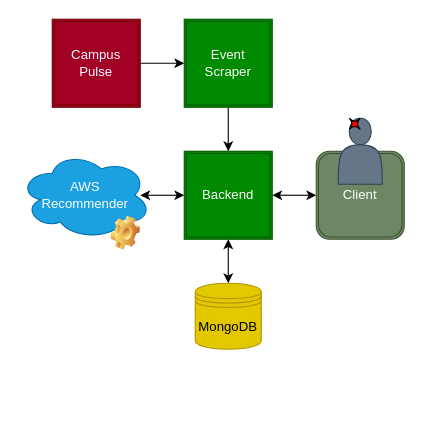
Earlier version of the draw.io diagram app-diagram.drawio (lhnealreilly/campus-events). Source tidied: cells renumbered, new cells numbered last; positions are measured from the earlier drawing's top-left corner, leaving out a move shared by most shapes. Both pictures are drawn from the tidied source at 110%, with x=0, y=0 at pixel (19, 19).
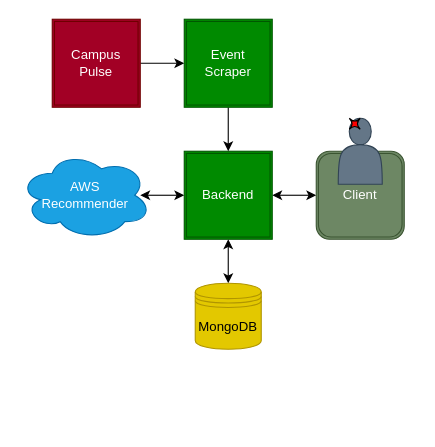
The same page after the edit.

Commit message (it also covers changes not shown here):
Added Epic Project Diagrams and Images

The edit, as a diff of the source:
```diff
@@
 <mxGraphModel>
   <root>
     <mxCell id="0" />
     <mxCell id="1" parent="0" />
     <mxCell id="2" style="edgeStyle=none;html=1;entryX=0;entryY=0.5;entryDx=0;entryDy=0;startArrow=classic;startFill=1;" parent="1" edge="1" target="7">
       <mxGeometry relative="1" as="geometry">
         <mxPoint x="110" y="160" as="sourcePoint" />
       </mxGeometry>
     </mxCell>
     <mxCell id="3" style="edgeStyle=none;html=1;exitX=1;exitY=0.5;exitDx=0;exitDy=0;entryX=0;entryY=0.5;entryDx=0;entryDy=0;" parent="1" edge="1" source="4" target="10">
       <mxGeometry relative="1" as="geometry" />
     </mxCell>
     <mxCell id="4" value="Campus Pulse" style="shape=ext;double=1;whiteSpace=wrap;html=1;fillColor=#a20025;fontColor=#ffffff;strokeColor=#6F0000;sketch=0;glass=0;" parent="1" vertex="1">
       <mxGeometry x="30" width="80" height="80" as="geometry" />
     </mxCell>
     <mxCell id="5" style="edgeStyle=none;html=1;entryX=0;entryY=0.5;entryDx=0;entryDy=0;startArrow=classic;startFill=1;" parent="1" edge="1" source="7" target="8">
       <mxGeometry relative="1" as="geometry" />
     </mxCell>
     <mxCell id="6" style="edgeStyle=none;html=1;exitX=0.5;exitY=1;exitDx=0;exitDy=0;entryX=0.5;entryY=0;entryDx=0;entryDy=0;startArrow=classic;startFill=1;" parent="1" edge="1" source="7">
       <mxGeometry relative="1" as="geometry">
         <mxPoint x="190" y="240" as="targetPoint" />
       </mxGeometry>
     </mxCell>
     <mxCell id="7" value="Backend" style="shape=ext;double=1;whiteSpace=wrap;html=1;fillColor=#008a00;fontColor=#ffffff;strokeColor=#005700;" parent="1" vertex="1">
       <mxGeometry x="150" y="120" width="80" height="80" as="geometry" />
     </mxCell>
     <mxCell id="8" value="Client" style="shape=ext;double=1;whiteSpace=wrap;html=1;fillColor=#6d8764;fontColor=#ffffff;strokeColor=#3A5431;rounded=1;" parent="1" vertex="1">
       <mxGeometry x="270" y="120" width="80" height="80" as="geometry" />
     </mxCell>
     <mxCell id="9" style="edgeStyle=none;html=1;exitX=0.5;exitY=1;exitDx=0;exitDy=0;entryX=0.5;entryY=0;entryDx=0;entryDy=0;startArrow=none;startFill=0;" parent="1" edge="1" source="10" target="7">
       <mxGeometry relative="1" as="geometry" />
     </mxCell>
     <mxCell id="10" value="Event Scraper" style="shape=ext;double=1;whiteSpace=wrap;html=1;fillColor=#008a00;fontColor=#ffffff;strokeColor=#005700;" parent="1" vertex="1">
       <mxGeometry x="150" width="80" height="80" as="geometry" />
     </mxCell>
-    <mxCell id="11" style="group;" parent="1" vertex="1">
-      <mxGeometry y="120" width="120" height="90" as="geometry" />
+    <mxCell id="11" style="group;direction=east;" parent="1" vertex="1">
+      <mxGeometry y="120" width="360" height="251" as="geometry" />
     </mxCell>
     <mxCell id="12" value="&lt;span style=&quot;color: rgb(255 , 255 , 255)&quot;&gt;AWS &lt;br&gt;Recommender&lt;/span&gt;" style="ellipse;shape=cloud;whiteSpace=wrap;html=1;rounded=1;shadow=0;glass=0;sketch=0;fillColor=#1ba1e2;fontColor=#ffffff;strokeColor=#006EAF;" parent="11" vertex="1">
       <mxGeometry width="120" height="80" as="geometry" />
     </mxCell>
-    <mxCell id="13" style="shape=image;html=1;verticalLabelPosition=bottom;verticalAlign=top;imageAspect=1;image=img/clipart/Gear_128x128.png;rounded=1;shadow=0;glass=0;sketch=0;" parent="11" vertex="1">
-      <mxGeometry x="83.6" y="59" width="26.4" height="31" as="geometry" />
-    </mxCell>
     <mxCell id="14" style="shape=actor;whiteSpace=wrap;html=1;rounded=1;shadow=0;glass=0;sketch=0;fillColor=#647687;fontColor=#ffffff;strokeColor=#314354;" parent="1" vertex="1">
       <mxGeometry x="290" y="90" width="40" height="60" as="geometry" />
     </mxCell>
     <mxCell id="15" value="MongoDB" style="shape=datastore;whiteSpace=wrap;html=1;rounded=1;shadow=0;glass=0;sketch=0;fillColor=#e3c800;fontColor=#000000;strokeColor=#B09500;" parent="1" vertex="1">
       <mxGeometry x="160" y="240" width="60" height="60" as="geometry" />
     </mxCell>
     <mxCell id="16" style="shape=switch;whiteSpace=wrap;html=1;rounded=1;shadow=0;glass=0;sketch=0;fillColor=#FF0000;" parent="1" vertex="1">
       <mxGeometry x="300" y="90" width="10" height="10" as="geometry" />
     </mxCell>
   </root>
 </mxGraphModel>
```
